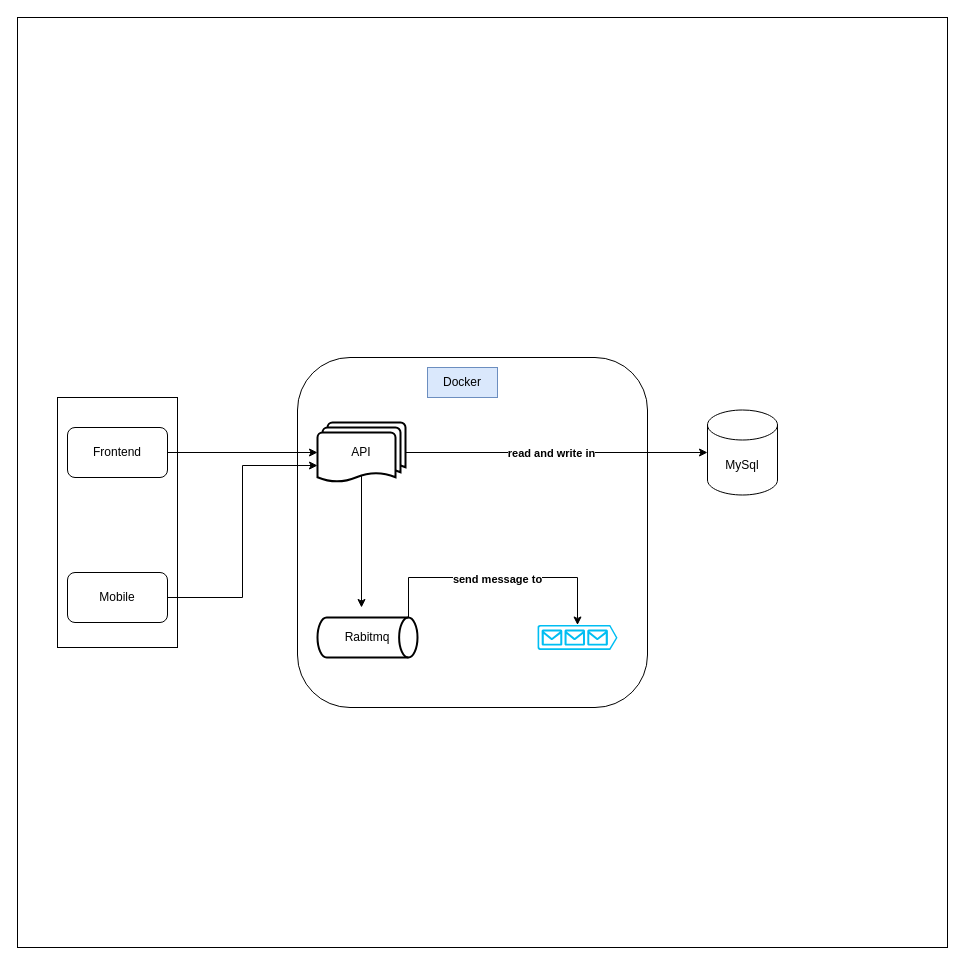
MateusCantanhede/zipzapshorter keeps this draw.io diagram as src/main/java/com/cantanhede/ds/zipzapshorter/NewDiagram.drawio. Above is the earlier version. Source tidied: cells renumbered, new cells numbered last; positions are measured from the earlier drawing's top-left corner, leaving out a move shared by most shapes. Both pictures are drawn from the tidied source at 100%, with x=0, y=0 at pixel (17, 17).
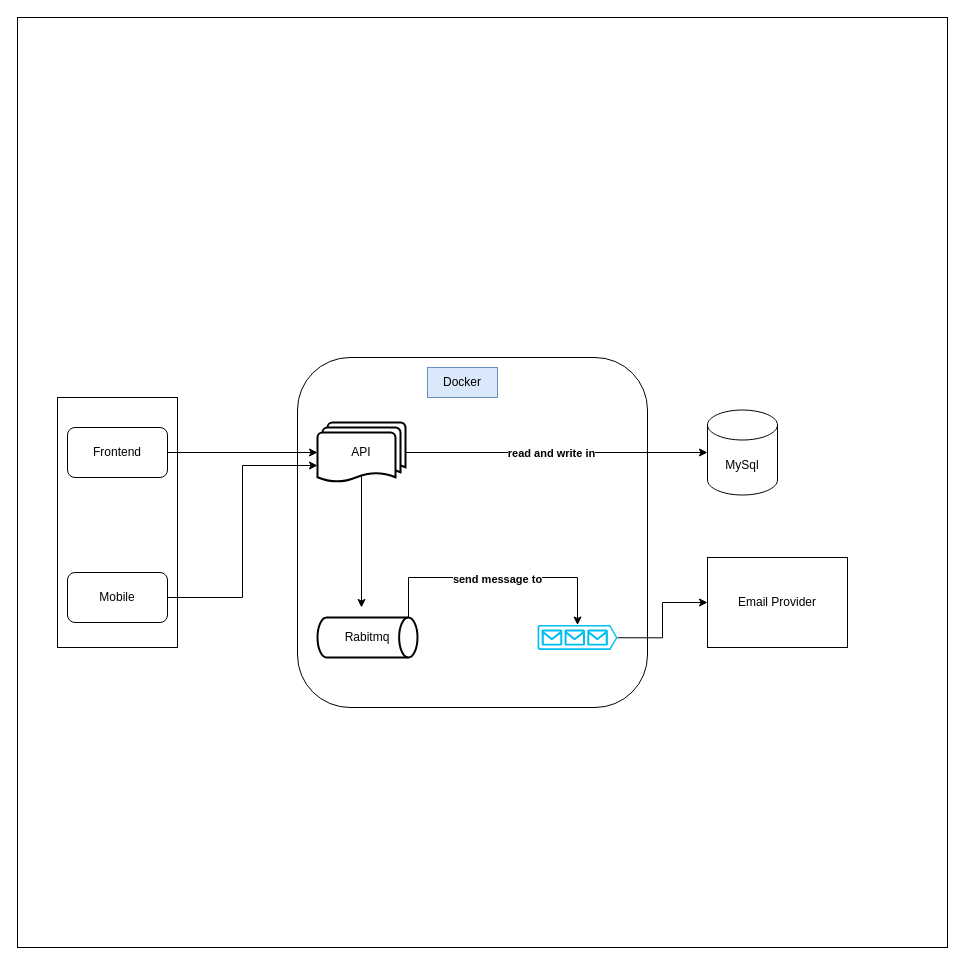
The same page after the edit.

Commit message:
docs: add email provider

Unchanged cells that the change refers to:
```xml
<mxCell id="14" style="verticalLabelPosition=bottom;html=1;verticalAlign=top;align=center;strokeColor=none;fillColor=#00BEF2;shape=mxgraph.azure.queue_generic;" parent="1" vertex="1">
  <mxGeometry x="520" y="607.5" width="80" height="25" as="geometry" />
</mxCell>
```

Change to the diagram source:
```diff
@@
+    <mxCell id="19" style="edgeStyle=orthogonalEdgeStyle;rounded=0;jettySize=auto;html=1;exitX=1;exitY=0.51;exitDx=0;exitDy=0;exitPerimeter=0;entryX=0;entryY=0.5;entryDx=0;entryDy=0;flowAnimation=1;" parent="1" edge="1" source="14" target="20">
+      <mxGeometry relative="1" as="geometry" />
+    </mxCell>
@@
+    <mxCell id="20" value="Email Provider" style="rounded=0;whiteSpace=wrap;html=1;" parent="1" vertex="1">
+      <mxGeometry x="690" y="540" width="140" height="90" as="geometry" />
+    </mxCell>
```
